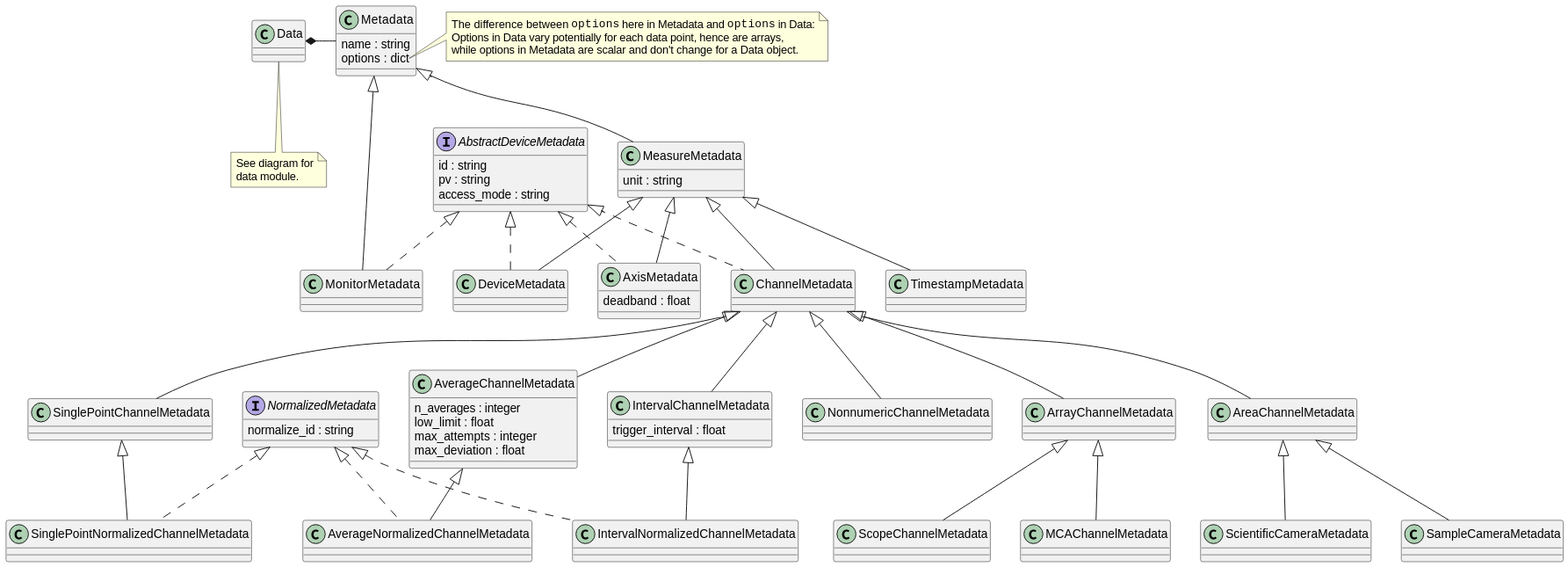
Before: docs/uml/evedata.evefile.metadata.svg, a diagram exported from PlantUML (tillbiskup/evedata).
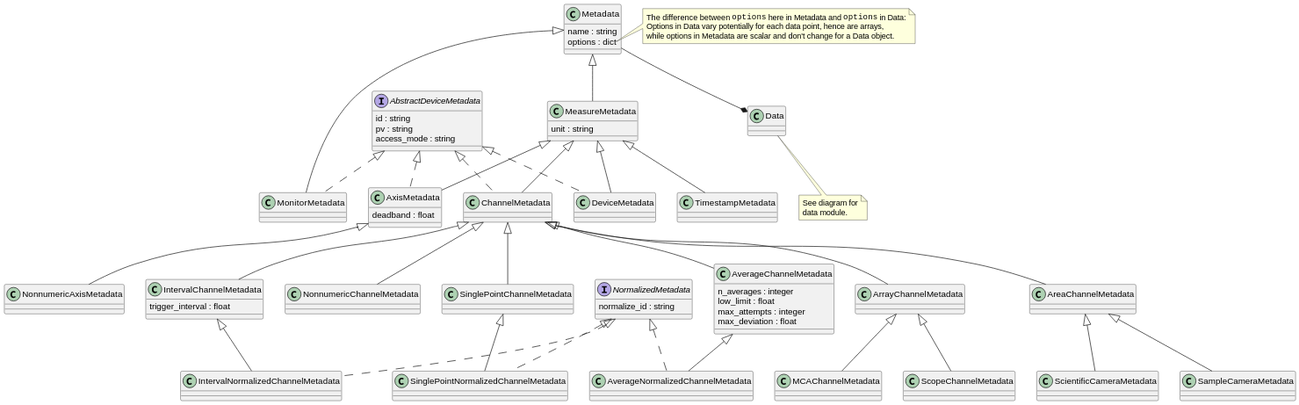
The same diagram one commit later.

Commit message:
Add classes for NonencodedAxis. Update UML

What changed in the source:
```diff
@@ -39,6 +39,8 @@
 class TimestampMetadata extends MeasureMetadata {
 }
 
+class NonnumericAxisMetadata extends AxisMetadata
+
 NonnumericChannelMetadata -[hidden]>ArrayChannelMetadata
 ArrayChannelMetadata -[hidden]> AreaChannelMetadata
 
@@ -64,7 +66,7 @@
 class AreaChannelMetadata extends ChannelMetadata {
 }
 
-Data *- Metadata
+Metadata --* Data
 
 interface NormalizedMetadata {
     normalize_id : string
```
